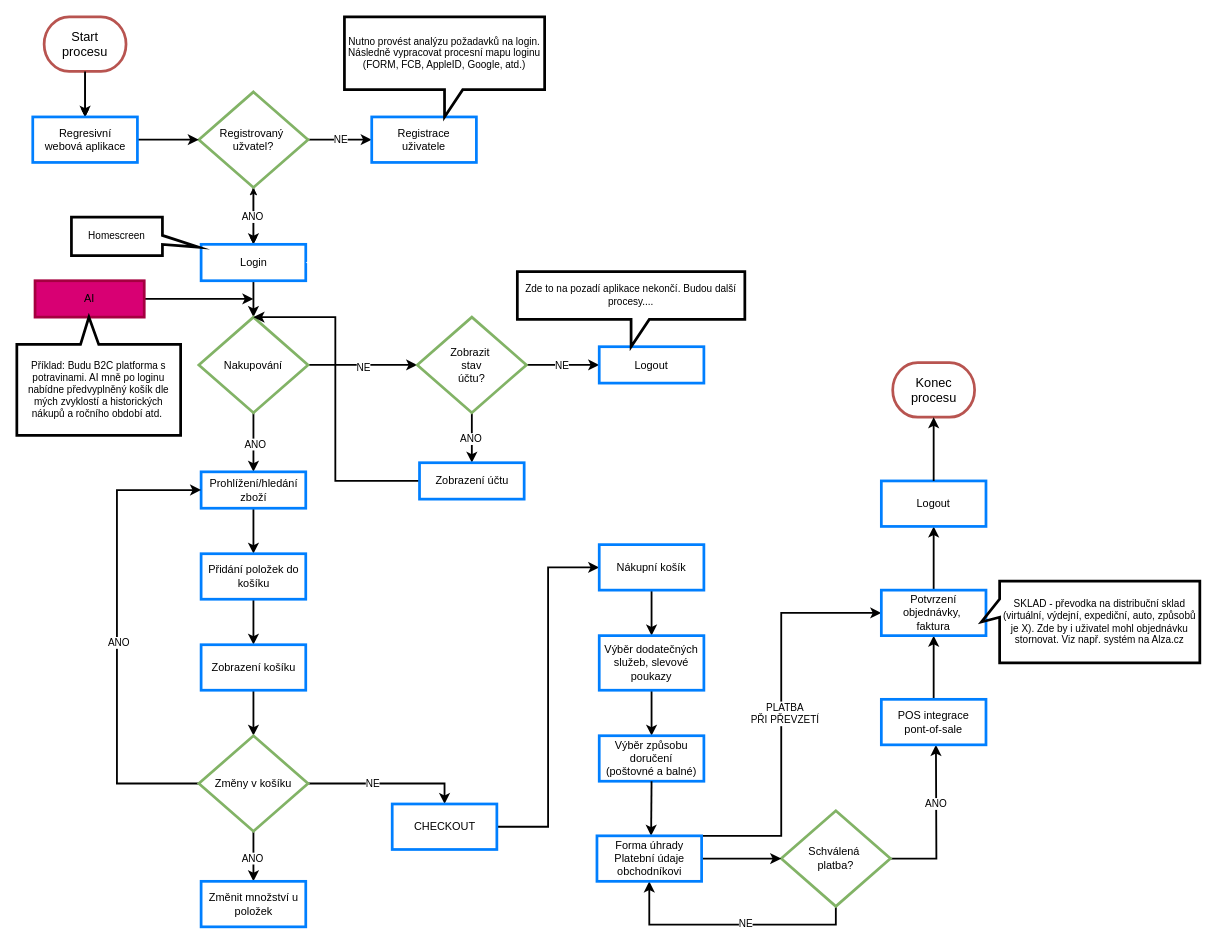
This is page "Stránka-1" (1 of 3) of asseco_solutions/asseco_solution_case_study_v1.drawio from janbavor/drawio, a draw.io file, before an edit. Source tidied: cells renumbered, new cells numbered last; positions are measured from the earlier drawing's top-left corner, leaving out a move shared by most shapes. Both pictures are drawn from the tidied source at 91%, with x=0, y=0 at pixel (16, 16).
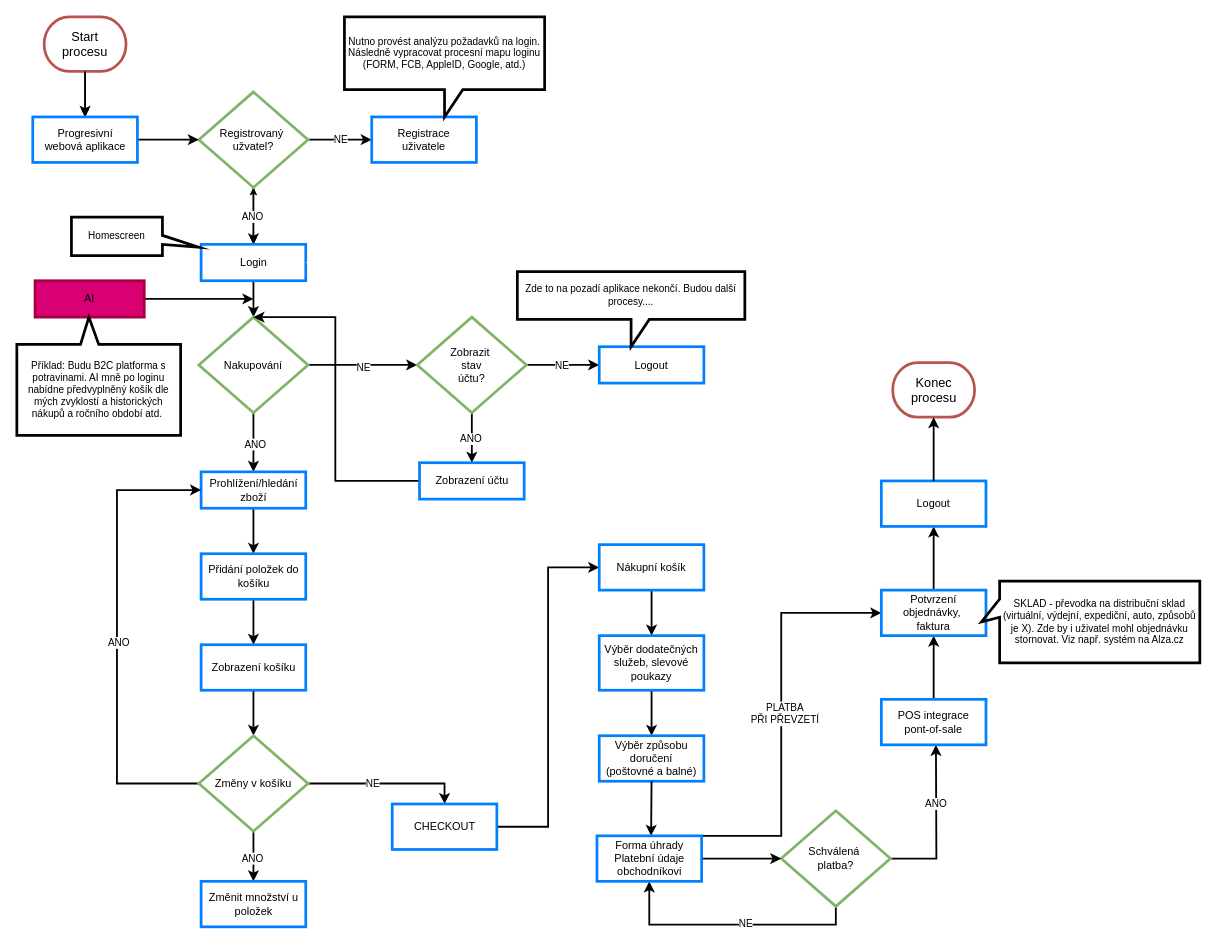
After the change.

The edit, as a diff of the source:
```diff
@@
-    <mxCell id="17" value="&lt;font&gt;Regresivní &lt;br&gt;webová aplikace&lt;/font&gt;" style="whiteSpace=wrap;html=1;fillColor=none;strokeColor=#007FFF;strokeWidth=3;fillStyle=auto;fontColor=#000000;" parent="1" vertex="1">
+    <mxCell id="17" value="&lt;font&gt;Progresivní &lt;br&gt;webová aplikace&lt;/font&gt;" style="whiteSpace=wrap;html=1;fillColor=none;strokeColor=#007FFF;strokeWidth=3;fillStyle=auto;fontColor=#000000;" parent="1" vertex="1">
       <mxGeometry x="17.5" y="110" width="115" height="50" as="geometry" />
     </mxCell>
```
